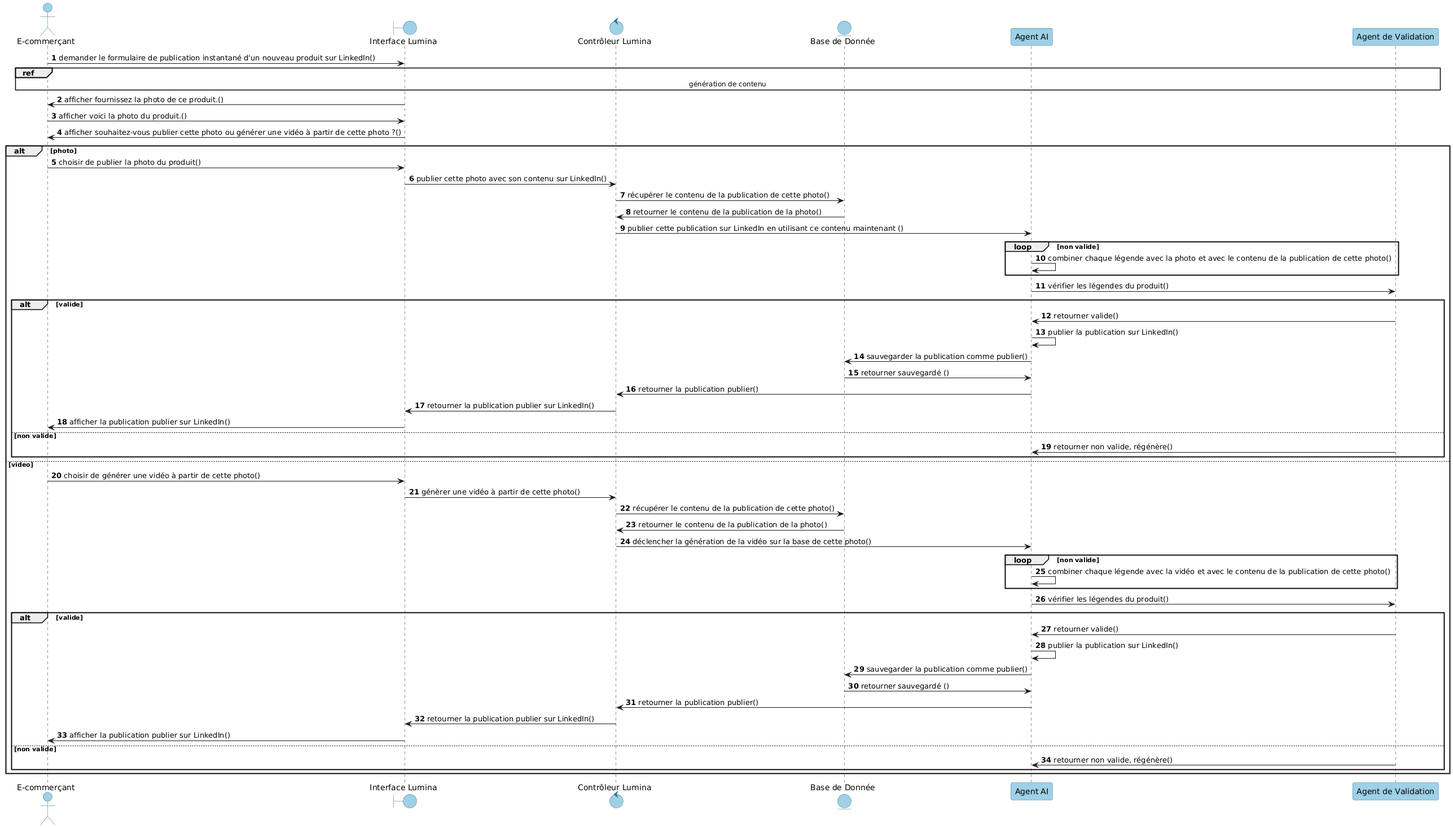
Above: conception/publucationsequence/publication instantannée d'un nouveaux produit sur LinkedIn.png in MahdiBelguith/E-commerce-Lunmina (PlantUML), before the change.
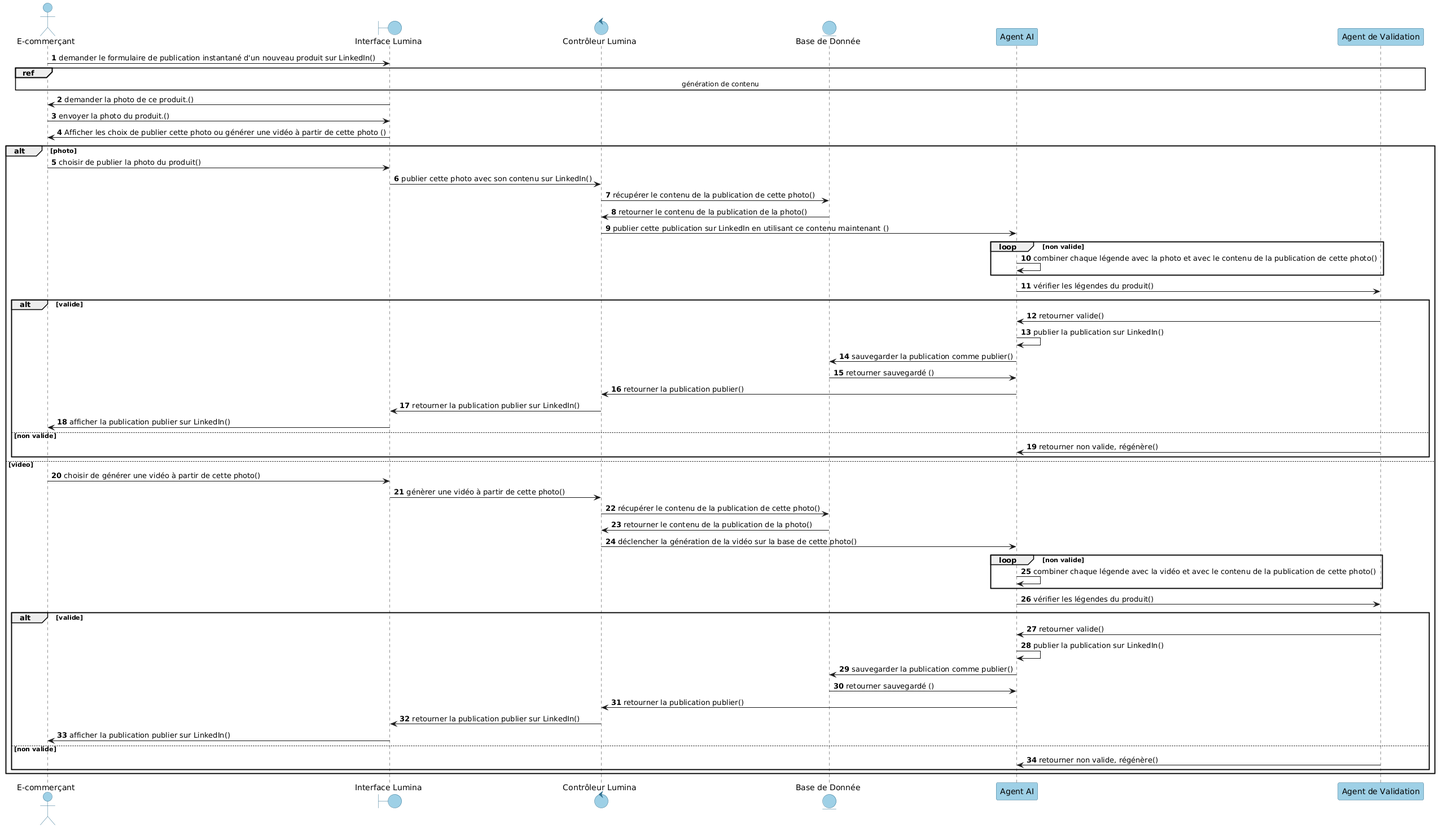
Above is the later version.

The edit, as a diff of the source:
```diff
@@ -41,9 +41,9 @@
 ref over User, UI, Controller, DB , AI , Validator
      génération de contenu
 end ref
-UI -> User : afficher fournissez la photo de ce produit.()
-User -> UI : afficher voici la photo du produit.()
-UI ->User : afficher souhaitez-vous publier cette photo ou générer une vidéo à partir de cette photo ?()
+UI -> User : demander la photo de ce produit.()
+User -> UI : envoyer la photo du produit.()
+UI ->User : Afficher les choix de publier cette photo ou générer une vidéo à partir de cette photo ()
             alt photo
                 User -> UI : choisir de publier la photo du produit()
                 UI -> Controller : publier cette photo avec son contenu sur LinkedIn()
```
